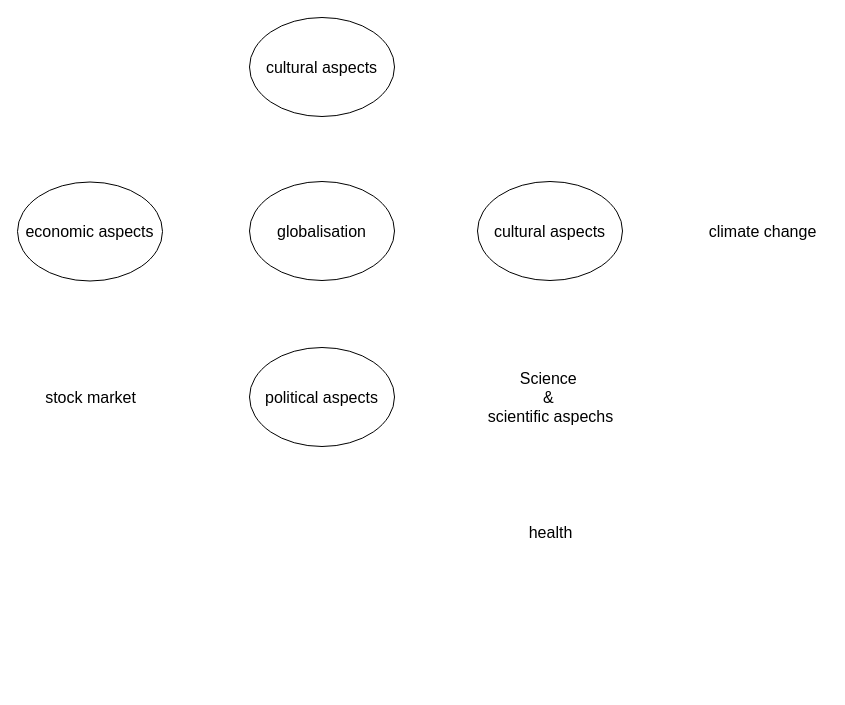
Above: _Sonstige_/Diagramme/XML/Mind map Globalisation.drawio in Maxbleibtgeheim/WBS-Norderstedt (draw.io), before the change. Source tidied: cells renumbered, new cells numbered last; positions are measured from the earlier drawing's top-left corner, leaving out a move shared by most shapes. Both pictures are drawn from the tidied source at 100%, with x=0, y=0 at pixel (17, 17).
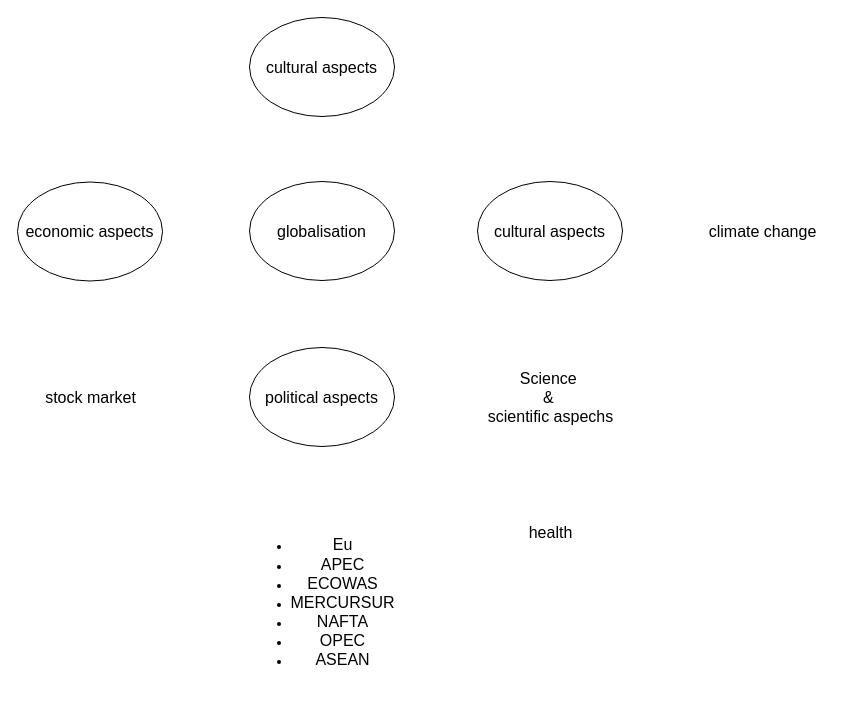
After the change.

Change to the diagram source:
```diff
@@
 <mxGraphModel>
   <root>
     <mxCell id="0" />
     <mxCell id="1" parent="0" />
     <mxCell id="2" value="&lt;font style=&quot;font-size: 16px;&quot;&gt;cultural aspects&lt;/font&gt;" style="ellipse;whiteSpace=wrap;html=1;" parent="1" vertex="1">
       <mxGeometry x="232" width="145" height="99" as="geometry" />
     </mxCell>
     <mxCell id="3" value="&lt;font style=&quot;font-size: 16px;&quot;&gt;climate change&lt;/font&gt;" style="text;html=1;align=center;verticalAlign=middle;strokeColor=none;fillColor=none;" parent="1" vertex="1">
       <mxGeometry x="680" y="199" width="130" height="30" as="geometry" />
     </mxCell>
     <mxCell id="4" value="&lt;div&gt;&lt;span style=&quot;font-size: 16px;&quot;&gt;Science&amp;nbsp;&lt;/span&gt;&lt;/div&gt;&lt;div&gt;&lt;span style=&quot;font-size: 16px;&quot;&gt;&amp;amp;&amp;nbsp;&lt;/span&gt;&lt;/div&gt;&lt;div&gt;&lt;span style=&quot;font-size: 16px;&quot;&gt;scientific aspechs&lt;/span&gt;&lt;/div&gt;" style="text;html=1;align=center;verticalAlign=middle;strokeColor=none;fillColor=none;" parent="1" vertex="1">
       <mxGeometry x="457.5" y="344.5" width="150" height="70" as="geometry" />
     </mxCell>
     <mxCell id="5" value="&lt;span style=&quot;font-size: 16px;&quot;&gt;health&lt;/span&gt;" style="text;html=1;align=center;verticalAlign=middle;strokeColor=none;fillColor=none;" parent="1" vertex="1">
       <mxGeometry x="497.5" y="500" width="70" height="30" as="geometry" />
     </mxCell>
     <mxCell id="6" value="&lt;span style=&quot;font-size: 16px;&quot;&gt;globalisation&lt;/span&gt;" style="ellipse;whiteSpace=wrap;html=1;" parent="1" vertex="1">
       <mxGeometry x="232" y="164" width="145" height="99" as="geometry" />
     </mxCell>
     <mxCell id="7" value="&lt;span style=&quot;font-size: 16px;&quot;&gt;political aspects&lt;/span&gt;" style="ellipse;whiteSpace=wrap;html=1;" parent="1" vertex="1">
       <mxGeometry x="232" y="330" width="145" height="99" as="geometry" />
     </mxCell>
     <mxCell id="8" value="&lt;font style=&quot;font-size: 16px;&quot;&gt;cultural aspects&lt;/font&gt;" style="ellipse;whiteSpace=wrap;html=1;" parent="1" vertex="1">
       <mxGeometry x="460" y="164" width="145" height="99" as="geometry" />
     </mxCell>
     <mxCell id="9" value="&lt;span style=&quot;font-size: 16px;&quot;&gt;economic aspects&lt;/span&gt;" style="ellipse;whiteSpace=wrap;html=1;" parent="1" vertex="1">
       <mxGeometry y="164.5" width="145" height="99" as="geometry" />
     </mxCell>
     <mxCell id="10" value="&lt;div&gt;&lt;span style=&quot;font-size: 16px;&quot;&gt;stock market&lt;/span&gt;&lt;/div&gt;" style="text;html=1;align=center;verticalAlign=middle;strokeColor=none;fillColor=none;" parent="1" vertex="1">
       <mxGeometry x="17.5" y="364.5" width="110" height="30" as="geometry" />
     </mxCell>
+    <mxCell id="11" value="&lt;ul&gt;&lt;li&gt;&lt;span style=&quot;font-size: 16px;&quot;&gt;Eu&lt;/span&gt;&lt;/li&gt;&lt;li&gt;&lt;span style=&quot;font-size: 16px;&quot;&gt;APEC&lt;/span&gt;&lt;br&gt;&lt;/li&gt;&lt;li&gt;&lt;span style=&quot;font-size: 16px;&quot;&gt;ECOWAS&lt;/span&gt;&lt;br&gt;&lt;/li&gt;&lt;li&gt;&lt;span style=&quot;font-size: 16px;&quot;&gt;MERCURSUR&lt;/span&gt;&lt;br&gt;&lt;/li&gt;&lt;li&gt;&lt;span style=&quot;font-size: 16px;&quot;&gt;NAFTA&lt;/span&gt;&lt;br&gt;&lt;/li&gt;&lt;li&gt;&lt;span style=&quot;font-size: 16px;&quot;&gt;OPEC&lt;/span&gt;&lt;br&gt;&lt;/li&gt;&lt;li&gt;&lt;span style=&quot;font-size: 16px;&quot;&gt;ASEAN&lt;/span&gt;&lt;br&gt;&lt;/li&gt;&lt;/ul&gt;" style="text;html=1;align=center;verticalAlign=middle;strokeColor=none;fillColor=none;" parent="1" vertex="1">
+      <mxGeometry x="220" y="500" width="170" height="170" as="geometry" />
+    </mxCell>
   </root>
 </mxGraphModel>
```
